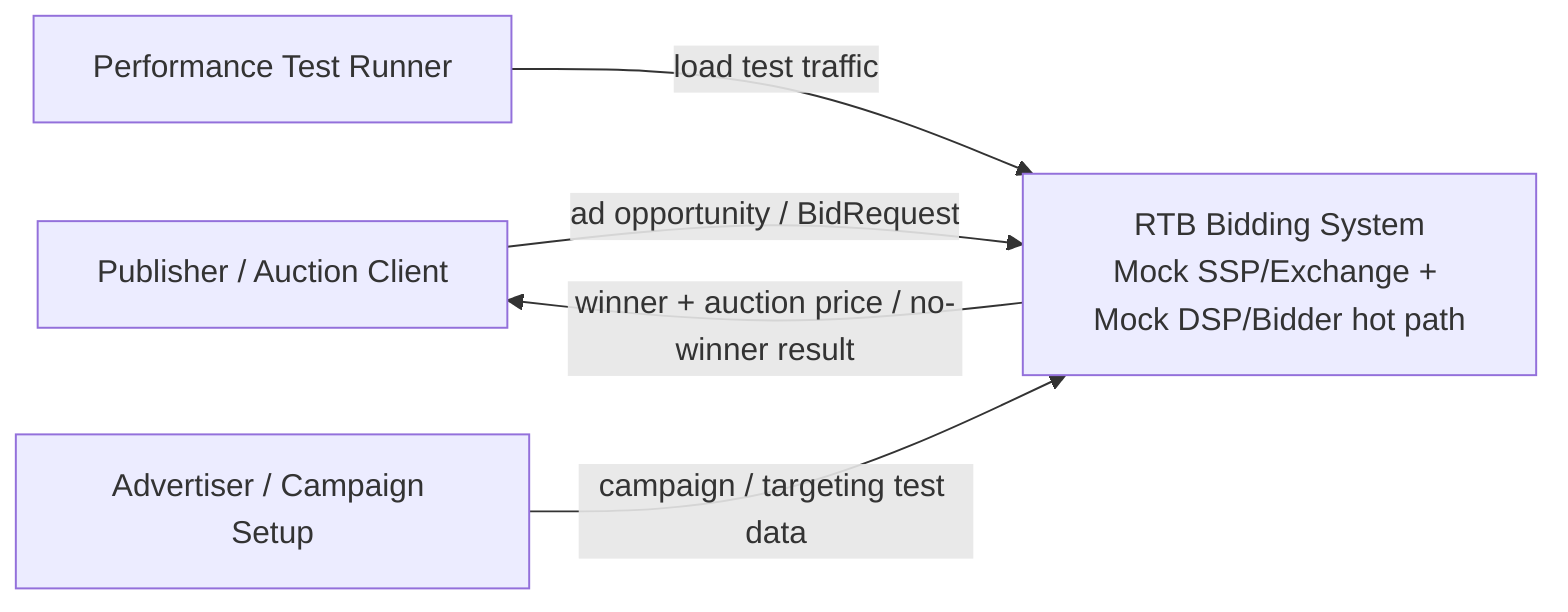
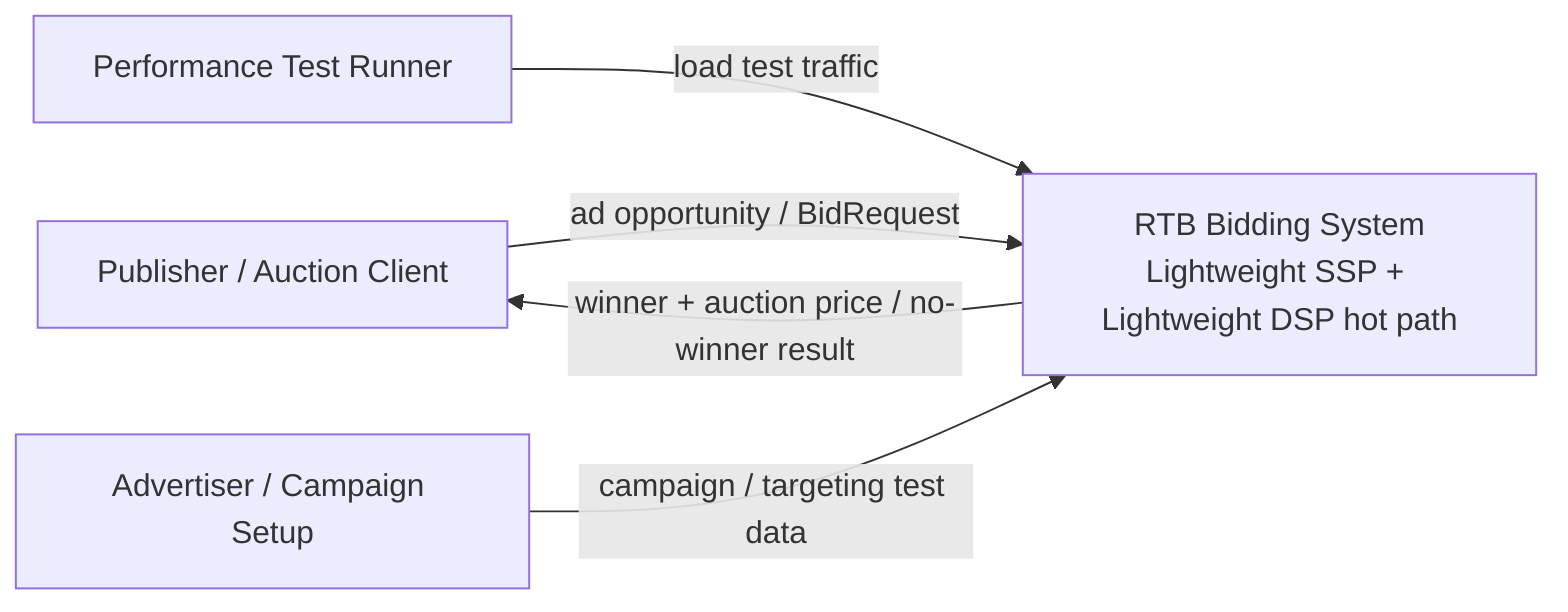
flowchart LR
    publisher["Publisher / Auction Client"]
    advertiser["Advertiser / Campaign Setup"]
    tester["Performance Test Runner"]
-     system["RTB Bidding System\nMock SSP/Exchange + Mock DSP/Bidder hot path"]
+     system["RTB Bidding System\nLightweight SSP + Lightweight DSP hot path"]

    publisher -->|"ad opportunity / BidRequest"| system
    tester -->|"load test traffic"| system
    system -->|"winner + auction price / no-winner result"| publisher

    advertiser -->|"campaign / targeting test data"| system
